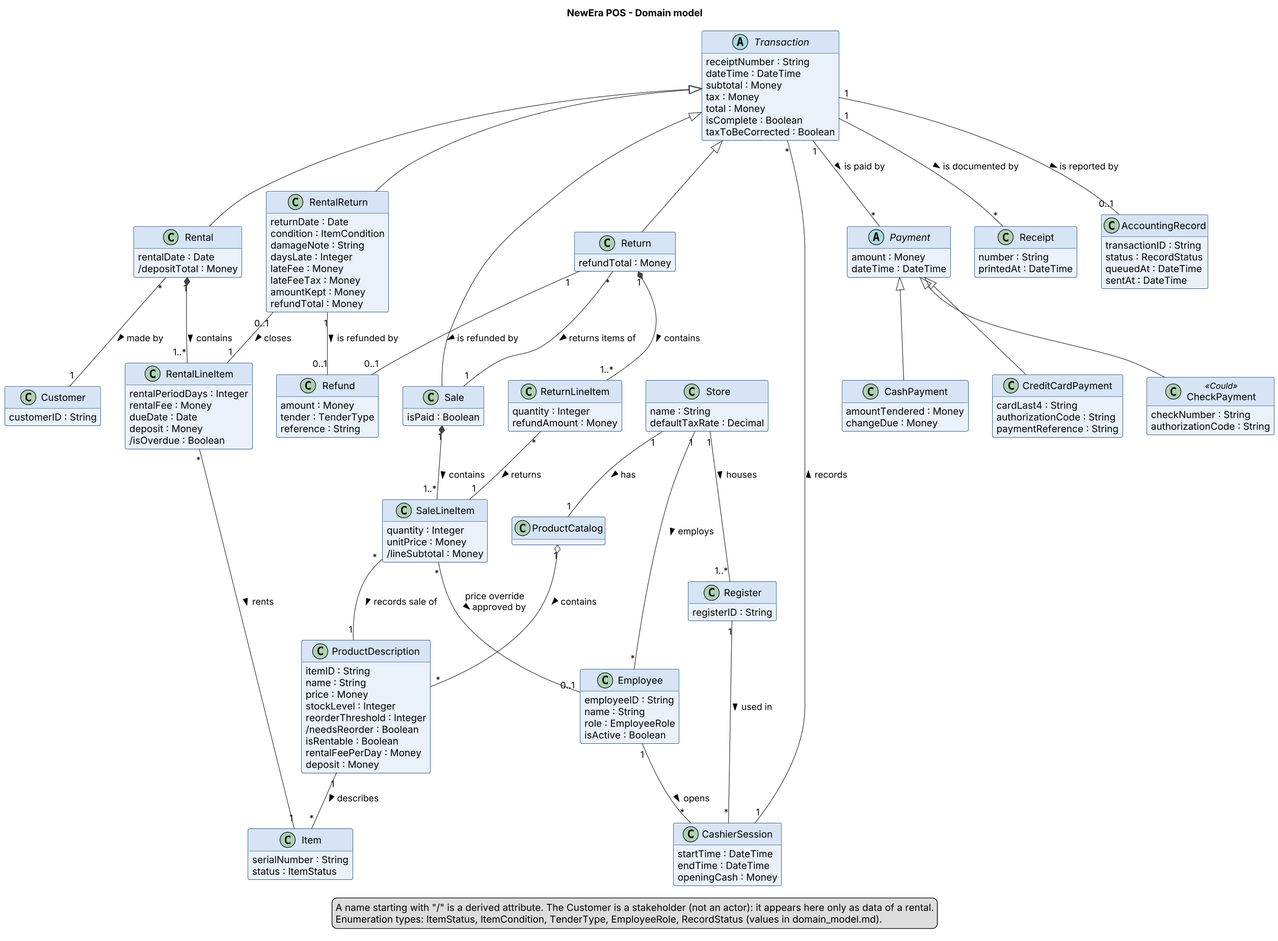
Before: assets/domain_model.png, a diagram exported from PlantUML (bhsei/26D).
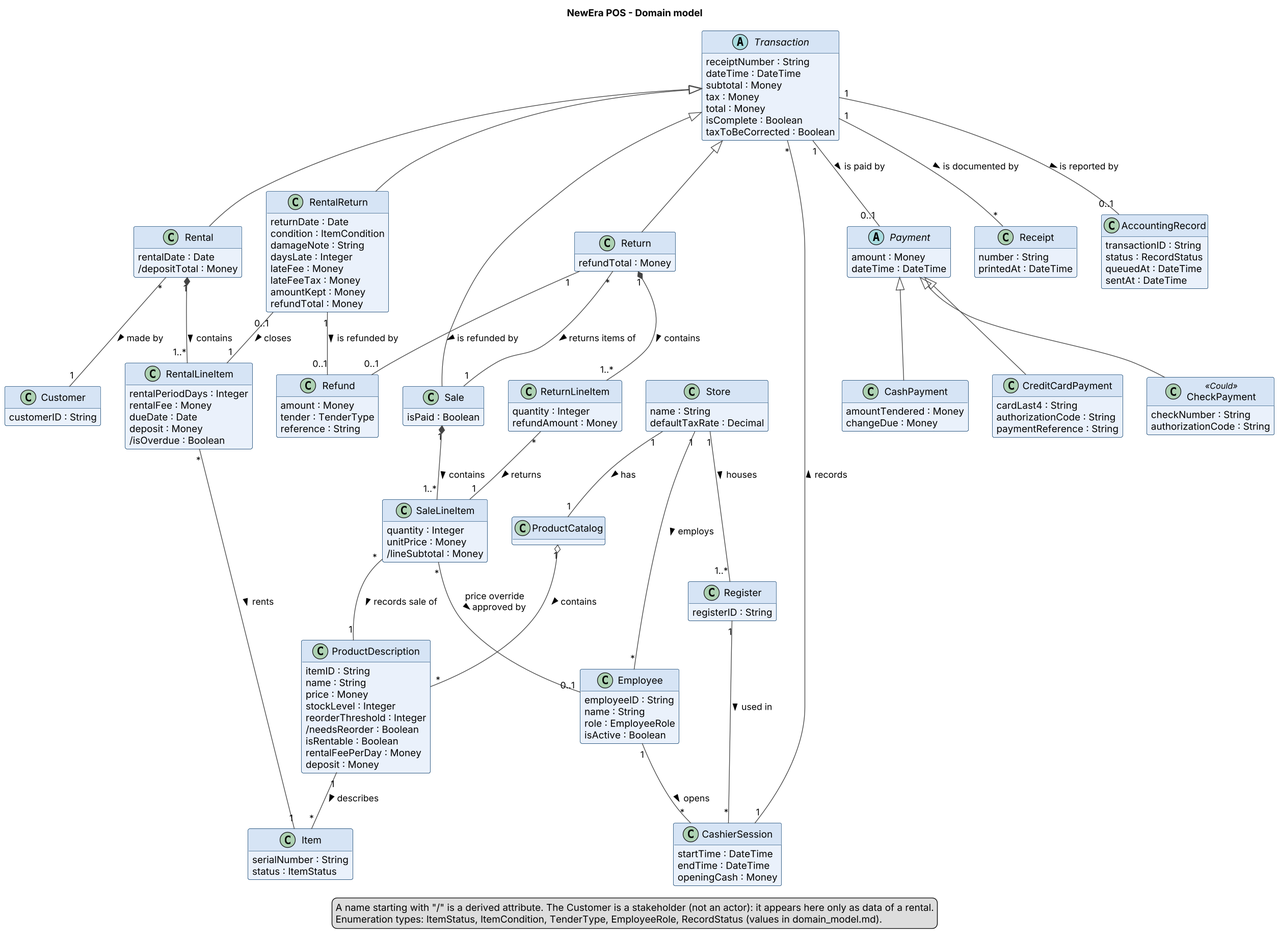
The same diagram one commit later.

Commit message:
W9 - Domain model v0.4; one tender for each sale or rental (BR-18)

What changed in the source:
```diff
@@ -166,7 +166,7 @@
 RentalLineItem "*" -- "1" Item : rents >
 RentalReturn "0..1" -- "1" RentalLineItem : closes >
 
-Transaction "1" -- "*" Payment : is paid by >
+Transaction "1" -- "0..1" Payment : is paid by >
 Return "1" -- "0..1" Refund : is refunded by >
 RentalReturn "1" -- "0..1" Refund : is refunded by >
 
```
